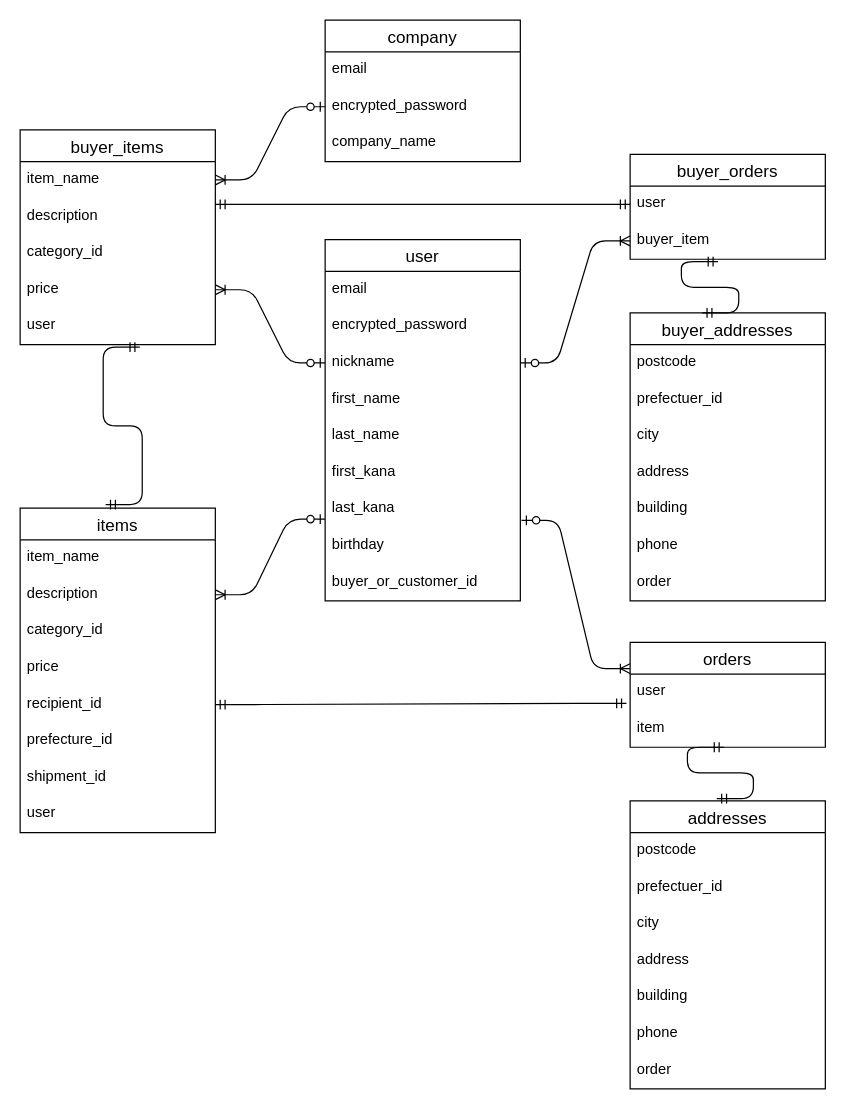
datiko1115/baton_app keeps this draw.io diagram as ER.dio. Above is the earlier version. Source tidied: cells renumbered, new cells numbered last; positions are measured from the earlier drawing's top-left corner, leaving out a move shared by most shapes. Both pictures are drawn from the tidied source at 122%, with x=0, y=0 at pixel (20, 20).
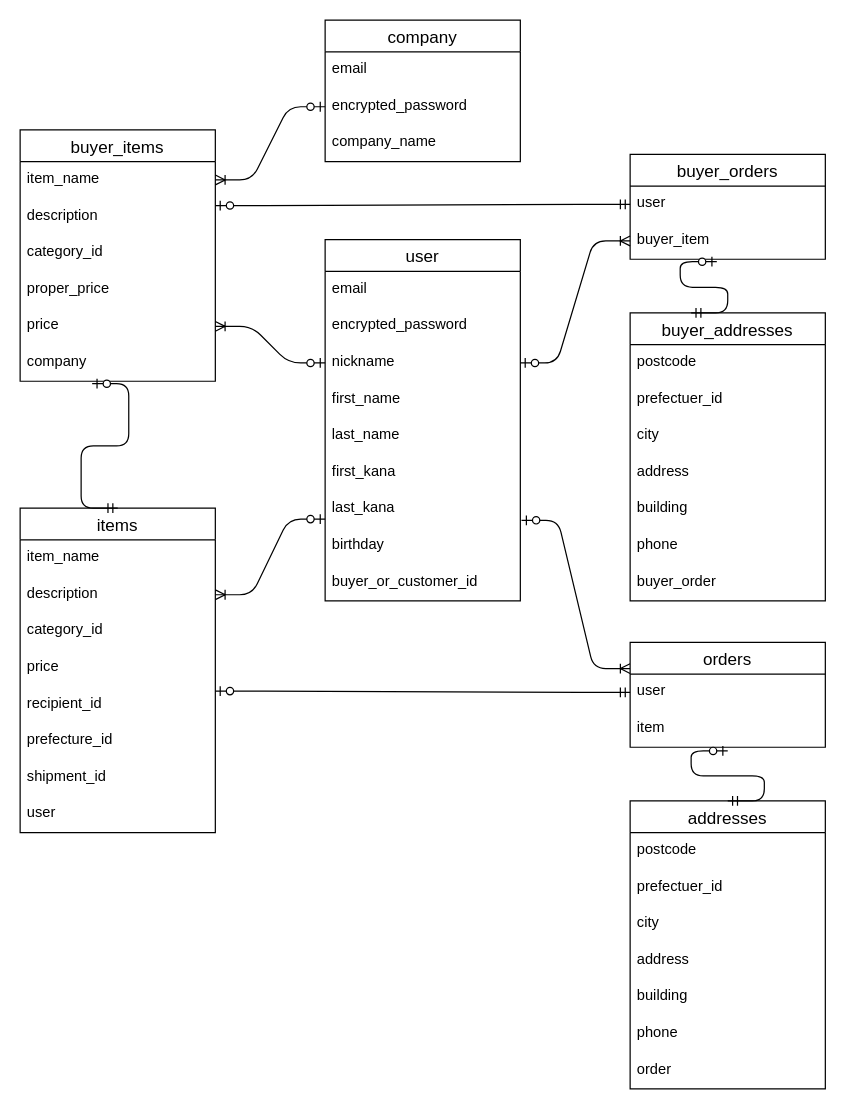
The same page after the edit.

Unchanged cells that the change refers to:
```xml
<mxCell id="14" value="description" style="text;strokeColor=none;fillColor=none;spacingLeft=4;spacingRight=4;overflow=hidden;points=[[0,0.5],[1,0.5]];portConstraint=eastwest;fontSize=12;rounded=0;" parent="12" vertex="1">
  <mxGeometry y="56" width="160" height="30" as="geometry" />
</mxCell>
<mxCell id="19" value="user" style="text;strokeColor=none;fillColor=none;spacingLeft=4;spacingRight=4;overflow=hidden;points=[[0,0.5],[1,0.5]];portConstraint=eastwest;fontSize=12;rounded=0;" parent="18" vertex="1">
  <mxGeometry y="26" width="160" height="30" as="geometry" />
</mxCell>
<mxCell id="20" value="buyer_item" style="text;strokeColor=none;fillColor=none;spacingLeft=4;spacingRight=4;overflow=hidden;points=[[0,0.5],[1,0.5]];portConstraint=eastwest;fontSize=12;rounded=0;" parent="18" vertex="1">
  <mxGeometry y="56" width="160" height="30" as="geometry" />
</mxCell>
<mxCell id="21" value="buyer_addresses" style="swimlane;fontStyle=0;horizontal=1;startSize=26;align=center;fontSize=14;rounded=0;" parent="1" vertex="1">
  <mxGeometry x="500" y="240" width="160" height="236" as="geometry" />
</mxCell>
<mxCell id="33" value="items" style="swimlane;fontStyle=0;horizontal=1;startSize=26;align=center;fontSize=14;rounded=0;" parent="1" vertex="1">
  <mxGeometry y="400" width="160" height="266" as="geometry" />
</mxCell>
<mxCell id="38" value="recipient_id" style="text;strokeColor=none;fillColor=none;spacingLeft=4;spacingRight=4;overflow=hidden;points=[[0,0.5],[1,0.5]];portConstraint=eastwest;fontSize=12;rounded=0;" parent="33" vertex="1">
  <mxGeometry y="146" width="160" height="30" as="geometry" />
</mxCell>
<mxCell id="46" value="user" style="text;strokeColor=none;fillColor=none;spacingLeft=4;spacingRight=4;overflow=hidden;points=[[0,0.5],[1,0.5]];portConstraint=eastwest;fontSize=12;rounded=0;" parent="45" vertex="1">
  <mxGeometry y="26" width="160" height="30" as="geometry" />
</mxCell>
<mxCell id="47" value="item" style="text;strokeColor=none;fillColor=none;spacingLeft=4;spacingRight=4;overflow=hidden;points=[[0,0.5],[1,0.5]];portConstraint=eastwest;fontSize=12;rounded=0;" parent="45" vertex="1">
  <mxGeometry y="56" width="160" height="30" as="geometry" />
</mxCell>
<mxCell id="48" value="addresses" style="swimlane;fontStyle=0;horizontal=1;startSize=26;align=center;fontSize=14;rounded=0;" parent="1" vertex="1">
  <mxGeometry x="500" y="640" width="160" height="236" as="geometry" />
</mxCell>
```

Diff of the diagram source:
```diff
@@
     <mxCell id="12" value="buyer_items" style="swimlane;fontStyle=0;horizontal=1;startSize=26;align=center;fontSize=14;rounded=0;" parent="1" vertex="1">
-      <mxGeometry y="90" width="160" height="176" as="geometry" />
+      <mxGeometry y="90" width="160" height="206" as="geometry" />
     </mxCell>
@@
+    <mxCell id="63" value="proper_price" style="text;strokeColor=none;fillColor=none;spacingLeft=4;spacingRight=4;overflow=hidden;fontSize=12;rounded=0;" parent="12" vertex="1">
+      <mxGeometry y="116" width="160" height="30" as="geometry" />
+    </mxCell>
     <mxCell id="16" value="price" style="text;strokeColor=none;fillColor=none;spacingLeft=4;spacingRight=4;overflow=hidden;points=[[0,0.5],[1,0.5]];portConstraint=eastwest;fontSize=12;rounded=0;" parent="12" vertex="1">
-      <mxGeometry y="116" width="160" height="30" as="geometry" />
+      <mxGeometry y="146" width="160" height="30" as="geometry" />
     </mxCell>
-    <mxCell id="17" value="user" style="text;strokeColor=none;fillColor=none;spacingLeft=4;spacingRight=4;overflow=hidden;points=[[0,0.5],[1,0.5]];portConstraint=eastwest;fontSize=12;rounded=0;" parent="12" vertex="1">
-      <mxGeometry y="146" width="160" height="30" as="geometry" />
+    <mxCell id="17" value="company" style="text;strokeColor=none;fillColor=none;spacingLeft=4;spacingRight=4;overflow=hidden;points=[[0,0.5],[1,0.5]];portConstraint=eastwest;fontSize=12;rounded=0;" parent="12" vertex="1">
+      <mxGeometry y="176" width="160" height="30" as="geometry" />
     </mxCell>
@@
-    <mxCell id="28" value="order" style="text;strokeColor=none;fillColor=none;spacingLeft=4;spacingRight=4;overflow=hidden;fontSize=12;rounded=0;" parent="21" vertex="1">
+    <mxCell id="28" value="buyer_order" style="text;strokeColor=none;fillColor=none;spacingLeft=4;spacingRight=4;overflow=hidden;fontSize=12;rounded=0;" parent="21" vertex="1">
       <mxGeometry y="206" width="160" height="30" as="geometry" />
     </mxCell>
@@
-    <mxCell id="30" style="edgeStyle=entityRelationEdgeStyle;fontSize=12;html=1;endArrow=ERmandOne;startArrow=ERmandOne;entryX=0;entryY=0.5;entryDx=0;entryDy=0;" parent="1" edge="1" target="19">
-      <mxGeometry relative="1" as="geometry">
-        <mxPoint x="160" y="151" as="sourcePoint" />
-      </mxGeometry>
-    </mxCell>
-    <mxCell id="31" style="edgeStyle=entityRelationEdgeStyle;fontSize=12;html=1;endArrow=ERmandOne;startArrow=ERmandOne;entryX=0.45;entryY=1.067;entryDx=0;entryDy=0;entryPerimeter=0;exitX=0.369;exitY=0;exitDx=0;exitDy=0;exitPerimeter=0;" parent="1" edge="1" source="21" target="20">
-      <mxGeometry relative="1" as="geometry" />
-    </mxCell>
@@
-    <mxCell id="43" style="edgeStyle=entityRelationEdgeStyle;fontSize=12;html=1;endArrow=ERmandOne;startArrow=ERmandOne;exitX=1;exitY=0.5;exitDx=0;exitDy=0;entryX=-0.019;entryY=0.8;entryDx=0;entryDy=0;entryPerimeter=0;" parent="1" edge="1" source="38" target="46">
-      <mxGeometry relative="1" as="geometry" />
-    </mxCell>
-    <mxCell id="44" style="edgeStyle=entityRelationEdgeStyle;fontSize=12;html=1;endArrow=ERmandOne;startArrow=ERmandOne;entryX=0.613;entryY=1.067;entryDx=0;entryDy=0;exitX=0.438;exitY=-0.011;exitDx=0;exitDy=0;entryPerimeter=0;exitPerimeter=0;" parent="1" edge="1" source="33" target="17">
-      <mxGeometry relative="1" as="geometry" />
-    </mxCell>
@@
-    <mxCell id="56" style="edgeStyle=entityRelationEdgeStyle;fontSize=12;html=1;endArrow=ERmandOne;startArrow=ERmandOne;entryX=0.481;entryY=1;entryDx=0;entryDy=0;entryPerimeter=0;exitX=0.444;exitY=-0.008;exitDx=0;exitDy=0;exitPerimeter=0;" parent="1" edge="1" source="48" target="47">
-      <mxGeometry relative="1" as="geometry" />
-    </mxCell>
@@
+    <mxCell id="64" style="edgeStyle=entityRelationEdgeStyle;fontSize=12;html=1;endArrow=ERzeroToOne;startArrow=ERmandOne;entryX=1;entryY=0.2;entryDx=0;entryDy=0;exitX=0;exitY=0.5;exitDx=0;exitDy=0;entryPerimeter=0;" parent="1" edge="1" source="19" target="14">
+      <mxGeometry relative="1" as="geometry" />
+    </mxCell>
+    <mxCell id="44" style="edgeStyle=entityRelationEdgeStyle;fontSize=12;html=1;endArrow=ERzeroToOne;startArrow=ERmandOne;exitX=0.5;exitY=0;exitDx=0;exitDy=0;entryX=0.369;entryY=1.067;entryDx=0;entryDy=0;entryPerimeter=0;" parent="1" edge="1" source="33" target="17">
+      <mxGeometry relative="1" as="geometry" />
+    </mxCell>
+    <mxCell id="65" style="edgeStyle=entityRelationEdgeStyle;fontSize=12;html=1;endArrow=ERzeroToOne;startArrow=ERmandOne;exitX=0;exitY=0.5;exitDx=0;exitDy=0;entryX=1;entryY=0.133;entryDx=0;entryDy=0;entryPerimeter=0;" parent="1" edge="1" source="46" target="38">
+      <mxGeometry relative="1" as="geometry" />
+    </mxCell>
+    <mxCell id="66" style="edgeStyle=entityRelationEdgeStyle;fontSize=12;html=1;endArrow=ERzeroToOne;startArrow=ERmandOne;entryX=0.444;entryY=1.067;entryDx=0;entryDy=0;entryPerimeter=0;" parent="1" edge="1" target="20">
+      <mxGeometry relative="1" as="geometry">
+        <mxPoint x="550" y="240" as="sourcePoint" />
+      </mxGeometry>
+    </mxCell>
+    <mxCell id="67" style="edgeStyle=entityRelationEdgeStyle;fontSize=12;html=1;endArrow=ERzeroToOne;startArrow=ERmandOne;exitX=0.5;exitY=0;exitDx=0;exitDy=0;" parent="1" edge="1" source="48">
+      <mxGeometry relative="1" as="geometry">
+        <mxPoint x="580" y="599" as="targetPoint" />
+      </mxGeometry>
+    </mxCell>
```
